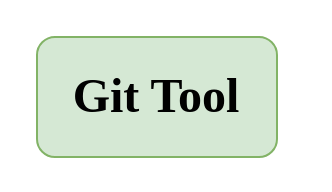
Earlier version of the draw.io diagram icon.drawio (codedbylukas/cs-automatisate-git). Source tidied: cells renumbered, new cells numbered last; positions are measured from the earlier drawing's top-left corner, leaving out a move shared by most shapes. Both pictures are drawn from the tidied source at 200%, with x=0, y=0 at pixel (36, 36).
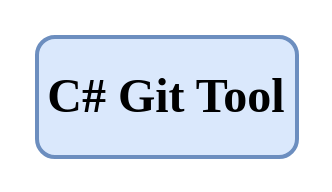
The same page after the edit.

Diff of the diagram source:
```diff
@@
 <mxGraphModel>
   <root>
     <mxCell id="0" />
     <mxCell id="1" parent="0" />
-    <mxCell id="2" value="&lt;font face=&quot;Times New Roman&quot; style=&quot;font-size: 24px;&quot;&gt;&lt;b&gt;Git Tool&lt;/b&gt;&lt;/font&gt;" style="rounded=1;whiteSpace=wrap;html=1;fillColor=#d5e8d4;strokeColor=#82b366;" parent="1" vertex="1">
-      <mxGeometry width="120" height="60" as="geometry" />
+    <mxCell id="2" value="&lt;font face=&quot;Times New Roman&quot; style=&quot;font-size: 24px;&quot;&gt;&lt;b&gt;C# Git Tool&lt;/b&gt;&lt;/font&gt;" style="rounded=1;whiteSpace=wrap;html=1;fillColor=#dae8fc;strokeColor=#6c8ebf;fillStyle=auto;strokeWidth=2;" parent="1" vertex="1">
+      <mxGeometry width="130" height="60" as="geometry" />
     </mxCell>
   </root>
 </mxGraphModel>
```
